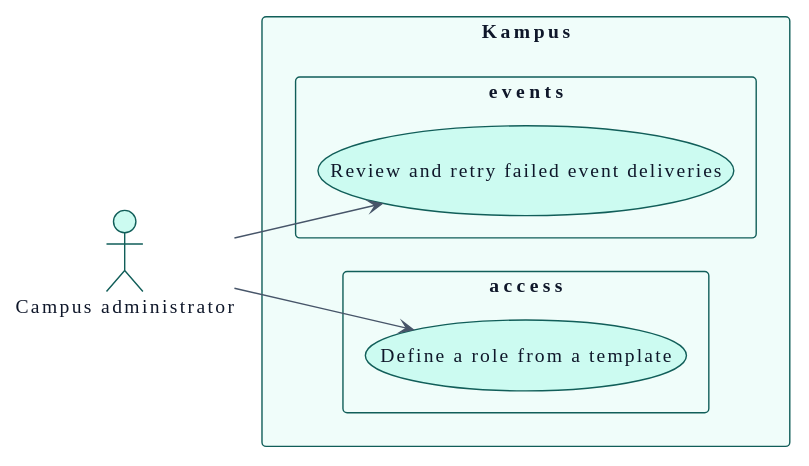
didactika/kampus keeps this PlantUML diagram as docs/01-requirements/use-cases-campus_administrator.svg. Above is the earlier version.
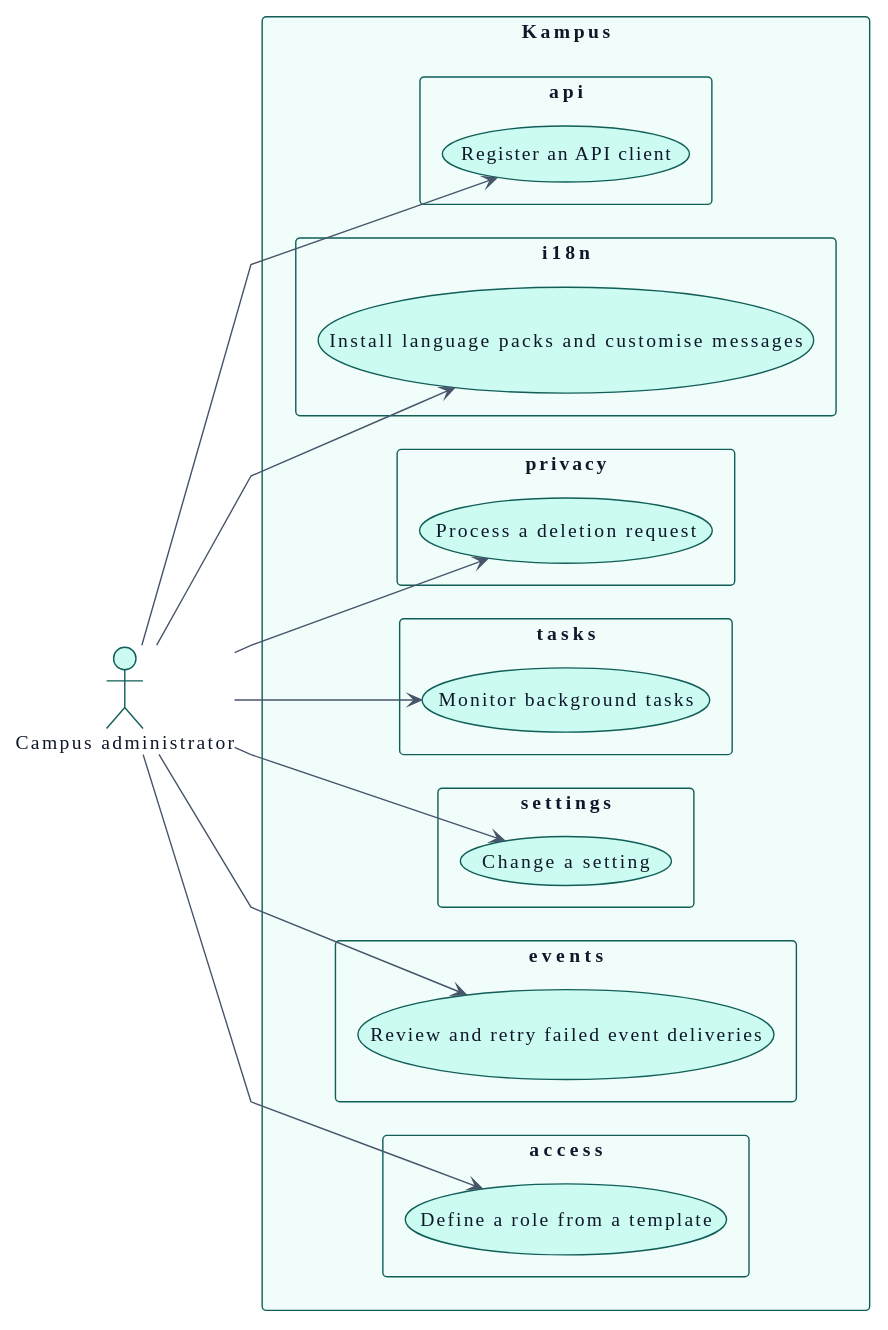
Later version of the same file.

Change to the diagram source:
```diff
@@ -115,8 +115,28 @@
   package "events" {
     usecase "Review and retry failed event deliveries" as UC_retryDeliveries
   }
+  package "settings" {
+    usecase "Change a setting" as UC_changeSetting
+  }
+  package "tasks" {
+    usecase "Monitor background tasks" as UC_monitorTasks
+  }
+  package "privacy" {
+    usecase "Process a deletion request" as UC_processDeletionRequest
+  }
+  package "i18n" {
+    usecase "Install language packs and customise messages" as UC_manageLanguagePacks
+  }
+  package "api" {
+    usecase "Register an API client" as UC_registerApiClient
+  }
 }
 
 A_Campus_administrator --> UC_defineRole
 A_Campus_administrator --> UC_retryDeliveries
+A_Campus_administrator --> UC_changeSetting
+A_Campus_administrator --> UC_monitorTasks
+A_Campus_administrator --> UC_processDeletionRequest
+A_Campus_administrator --> UC_manageLanguagePacks
+A_Campus_administrator --> UC_registerApiClient
 @enduml
```
